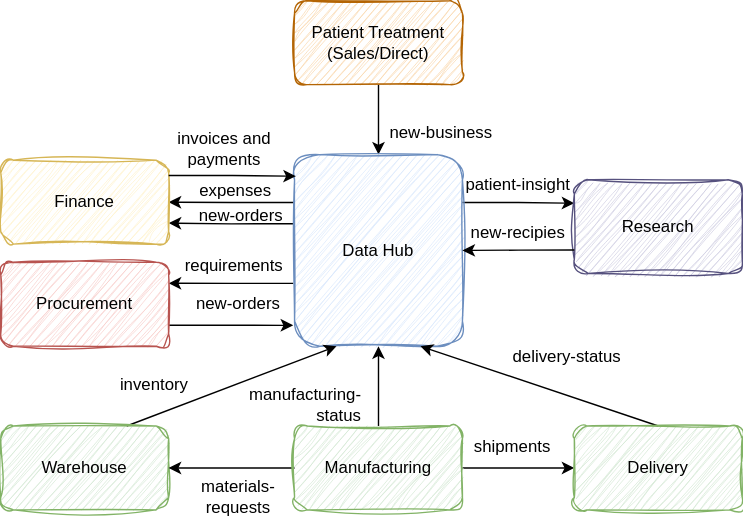
Before: site/docs/practices/coco-pharmaceuticals/scenarios/defining-new-systems-architecture/data-driven-systems-architecture.svg, a diagram exported from draw.io (odpi/egeria-docs). Source tidied: cells renumbered, new cells last; positions are measured from the earlier drawing's top-left corner, leaving out a move shared by most shapes.
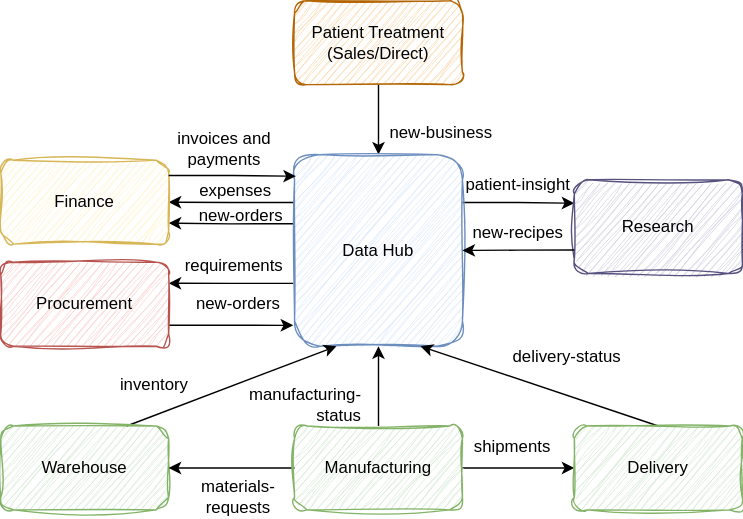
Above is the later version.

Commit message:
Add designing the data hub

What changed in the source:
```diff
@@ -62,7 +62,7 @@
     <mxCell id="21" value="new-business" style="text;html=1;whiteSpace=wrap;strokeColor=none;fillColor=none;align=center;verticalAlign=middle;rounded=0;" parent="1" vertex="1">
       <mxGeometry x="270" y="80" width="90" height="30" as="geometry" />
     </mxCell>
-    <mxCell id="22" value="new-recipies" style="text;html=1;whiteSpace=wrap;strokeColor=none;fillColor=none;align=center;verticalAlign=middle;rounded=0;" parent="1" vertex="1">
+    <mxCell id="22" value="new-recipes" style="text;html=1;whiteSpace=wrap;strokeColor=none;fillColor=none;align=center;verticalAlign=middle;rounded=0;" parent="1" vertex="1">
       <mxGeometry x="335" y="151" width="70" height="30" as="geometry" />
     </mxCell>
     <mxCell id="23" value="requirements" style="text;html=1;whiteSpace=wrap;strokeColor=none;fillColor=none;align=center;verticalAlign=middle;rounded=0;" parent="1" vertex="1">
```
